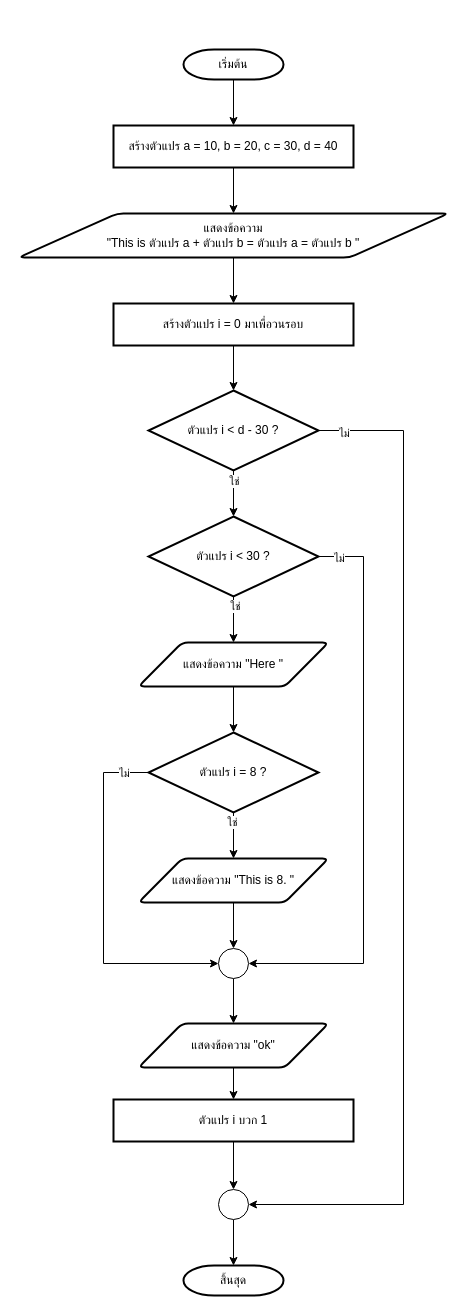
Before: homework/Hw3/flowchart 3-1.drawio.drawio in nuch-oranuch/ENGCE117, a draw.io diagram. Source tidied: cells renumbered, new cells numbered last; positions are measured from the earlier drawing's top-left corner, leaving out a move shared by most shapes. Both pictures are drawn from the tidied source at 100%, with x=0, y=0 at pixel (18, 49).
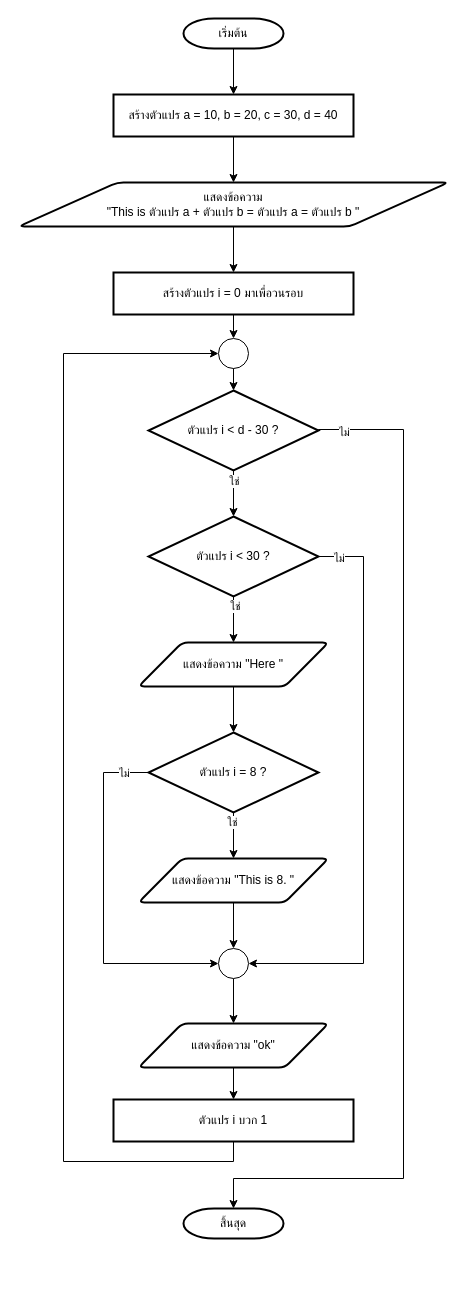
After the change.

The change refers to these unchanged cells:
```xml
<mxCell id="12" value="ตัวแปร i &amp;lt; d - 30 ?" style="strokeWidth=2;html=1;shape=mxgraph.flowchart.decision;whiteSpace=wrap;" parent="1" vertex="1">
  <mxGeometry x="130" y="341" width="170" height="80" as="geometry" />
</mxCell>
<mxCell id="35" value="ตัวแปร i บวก 1" style="rounded=1;whiteSpace=wrap;html=1;absoluteArcSize=1;arcSize=0;strokeWidth=2;" parent="1" vertex="1">
  <mxGeometry x="95" y="1050" width="240" height="42" as="geometry" />
</mxCell>
```

Diff of the diagram source:
```diff
@@
     <mxCell id="3" value="เริ่มต้น" style="strokeWidth=2;html=1;shape=mxgraph.flowchart.terminator;whiteSpace=wrap;" parent="1" vertex="1">
-      <mxGeometry x="165" width="100" height="30" as="geometry" />
+      <mxGeometry x="165" y="-31" width="100" height="30" as="geometry" />
     </mxCell>
@@
     <mxCell id="5" value="สร้างตัวแปร a = 10, b = 20, c = 30, d = 40" style="rounded=1;whiteSpace=wrap;html=1;absoluteArcSize=1;arcSize=0;strokeWidth=2;" parent="1" vertex="1">
-      <mxGeometry x="95" y="76" width="240" height="42" as="geometry" />
+      <mxGeometry x="95" y="45" width="240" height="42" as="geometry" />
     </mxCell>
@@
     <mxCell id="7" value="แสดงข้อความ&lt;div&gt;&lt;span style=&quot;background-color: initial;&quot;&gt;&quot;This is ตัวแปร a + ตัวแปร b = ตัวแปร a = ตัวแปร b &quot;&lt;/span&gt;&lt;/div&gt;" style="shape=parallelogram;html=1;strokeWidth=2;perimeter=parallelogramPerimeter;whiteSpace=wrap;rounded=1;arcSize=12;size=0.23;" parent="1" vertex="1">
-      <mxGeometry y="164" width="430" height="44" as="geometry" />
+      <mxGeometry y="133" width="430" height="44" as="geometry" />
     </mxCell>
-    <mxCell id="8" style="edgeStyle=orthogonalEdgeStyle;rounded=0;jettySize=auto;html=1;" parent="1" edge="1" source="9" target="12">
-      <mxGeometry relative="1" as="geometry" />
-    </mxCell>
+    <mxCell id="38" style="edgeStyle=orthogonalEdgeStyle;rounded=0;jettySize=auto;html=1;exitX=0.5;exitY=1;exitDx=0;exitDy=0;entryX=0.5;entryY=0;entryDx=0;entryDy=0;" parent="1" edge="1" source="9" target="40">
+      <mxGeometry relative="1" as="geometry" />
+    </mxCell>
     <mxCell id="9" value="สร้างตัวแปร i = 0 มาเพื่อวนรอบ" style="rounded=1;whiteSpace=wrap;html=1;absoluteArcSize=1;arcSize=0;strokeWidth=2;" parent="1" vertex="1">
-      <mxGeometry x="95" y="254" width="240" height="42" as="geometry" />
+      <mxGeometry x="95" y="223" width="240" height="42" as="geometry" />
     </mxCell>
@@
-    <mxCell id="27" style="edgeStyle=orthogonalEdgeStyle;rounded=0;jettySize=auto;html=1;" parent="1" edge="1" source="28" target="29">
-      <mxGeometry relative="1" as="geometry" />
-    </mxCell>
-    <mxCell id="28" style="verticalLabelPosition=bottom;verticalAlign=top;html=1;shape=mxgraph.flowchart.on-page_reference;" parent="1" vertex="1">
-      <mxGeometry x="200" y="1140" width="30" height="30" as="geometry" />
-    </mxCell>
     <mxCell id="29" value="สิ้นสุด" style="strokeWidth=2;html=1;shape=mxgraph.flowchart.terminator;whiteSpace=wrap;" parent="1" vertex="1">
-      <mxGeometry x="165" y="1216" width="100" height="30" as="geometry" />
+      <mxGeometry x="165" y="1159" width="100" height="30" as="geometry" />
     </mxCell>
@@
-    <mxCell id="34" style="edgeStyle=orthogonalEdgeStyle;rounded=0;jettySize=auto;html=1;" parent="1" edge="1" source="35" target="28">
-      <mxGeometry relative="1" as="geometry" />
-    </mxCell>
+    <mxCell id="39" style="edgeStyle=orthogonalEdgeStyle;rounded=0;jettySize=auto;html=1;exitX=0.5;exitY=1;exitDx=0;exitDy=0;entryX=0;entryY=0.5;entryDx=0;entryDy=0;" parent="1" edge="1" source="35" target="40">
+      <mxGeometry relative="1" as="geometry">
+        <Array as="points">
+          <mxPoint x="215" y="1112" />
+          <mxPoint x="45" y="1112" />
+          <mxPoint x="45" y="304" />
+        </Array>
+      </mxGeometry>
+    </mxCell>
@@
-    <mxCell id="36" style="edgeStyle=orthogonalEdgeStyle;rounded=0;jettySize=auto;html=1;exitX=1;exitY=0.5;exitDx=0;exitDy=0;exitPerimeter=0;entryX=1;entryY=0.5;entryDx=0;entryDy=0;entryPerimeter=0;" parent="1" edge="1" source="12" target="28">
+    <mxCell id="36" style="edgeStyle=orthogonalEdgeStyle;rounded=0;jettySize=auto;html=1;exitX=1;exitY=0.5;exitDx=0;exitDy=0;exitPerimeter=0;" parent="1" edge="1" source="12">
       <mxGeometry relative="1" as="geometry">
+        <mxPoint x="215" y="1159" as="targetPoint" />
         <Array as="points">
-          <mxPoint x="385" y="381" />
-          <mxPoint x="385" y="1155" />
+          <mxPoint x="385" y="380" />
+          <mxPoint x="385" y="1129" />
+          <mxPoint x="215" y="1129" />
         </Array>
       </mxGeometry>
     </mxCell>
@@
+    <mxCell id="40" style="ellipse;whiteSpace=wrap;html=1;" parent="1" vertex="1">
+      <mxGeometry x="200" y="289" width="30" height="30" as="geometry" />
+    </mxCell>
+    <mxCell id="41" style="edgeStyle=orthogonalEdgeStyle;rounded=0;jettySize=auto;html=1;exitX=0.5;exitY=1;exitDx=0;exitDy=0;entryX=0.5;entryY=0;entryDx=0;entryDy=0;entryPerimeter=0;" parent="1" edge="1" source="40" target="12">
+      <mxGeometry relative="1" as="geometry" />
+    </mxCell>
```
